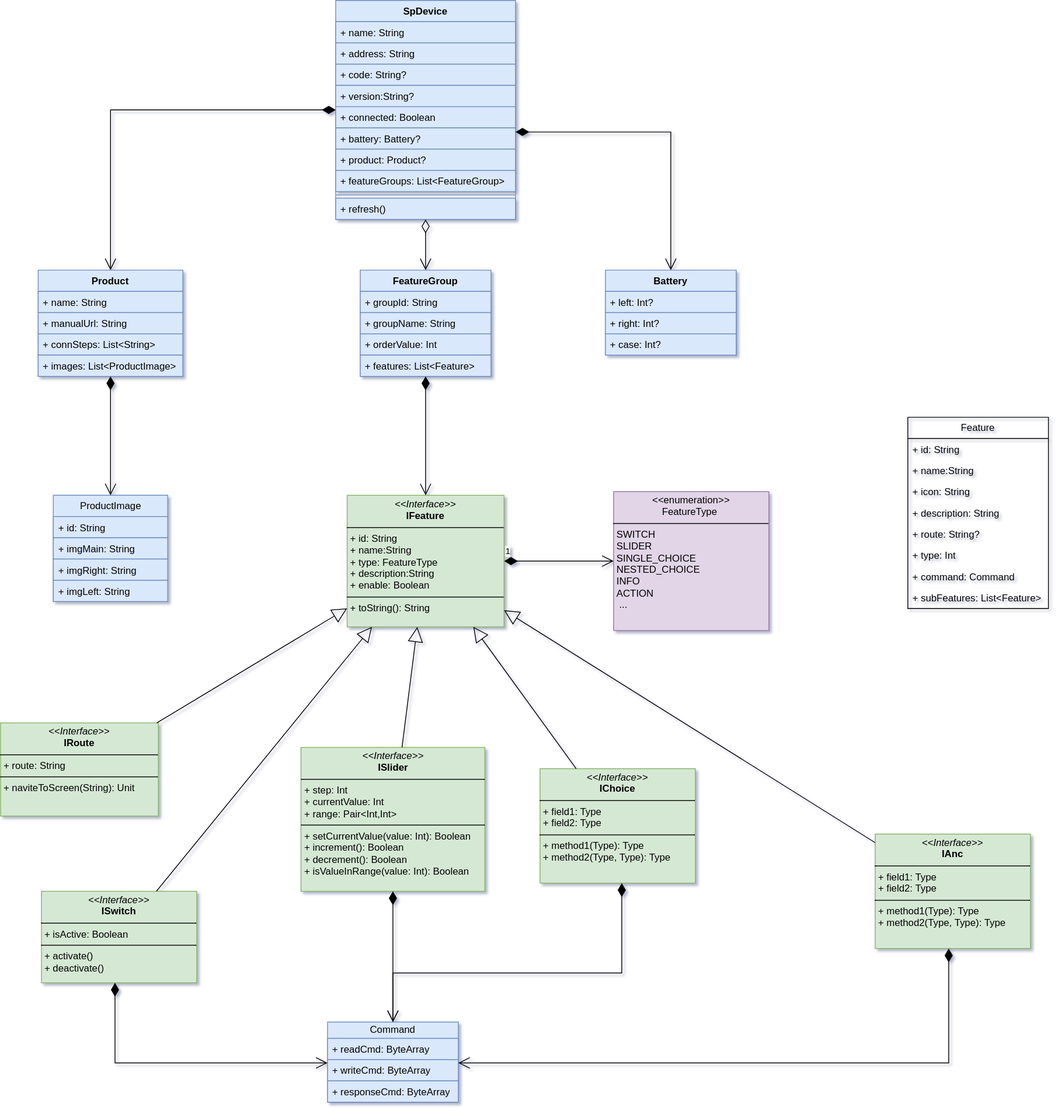
kekemao00/draw-libs keeps this draw.io diagram as sp-device.drawio.svg. Above is the earlier version. Source tidied: cells renumbered, new cells last; positions are measured from the earlier drawing's top-left corner, leaving out a move shared by most shapes.
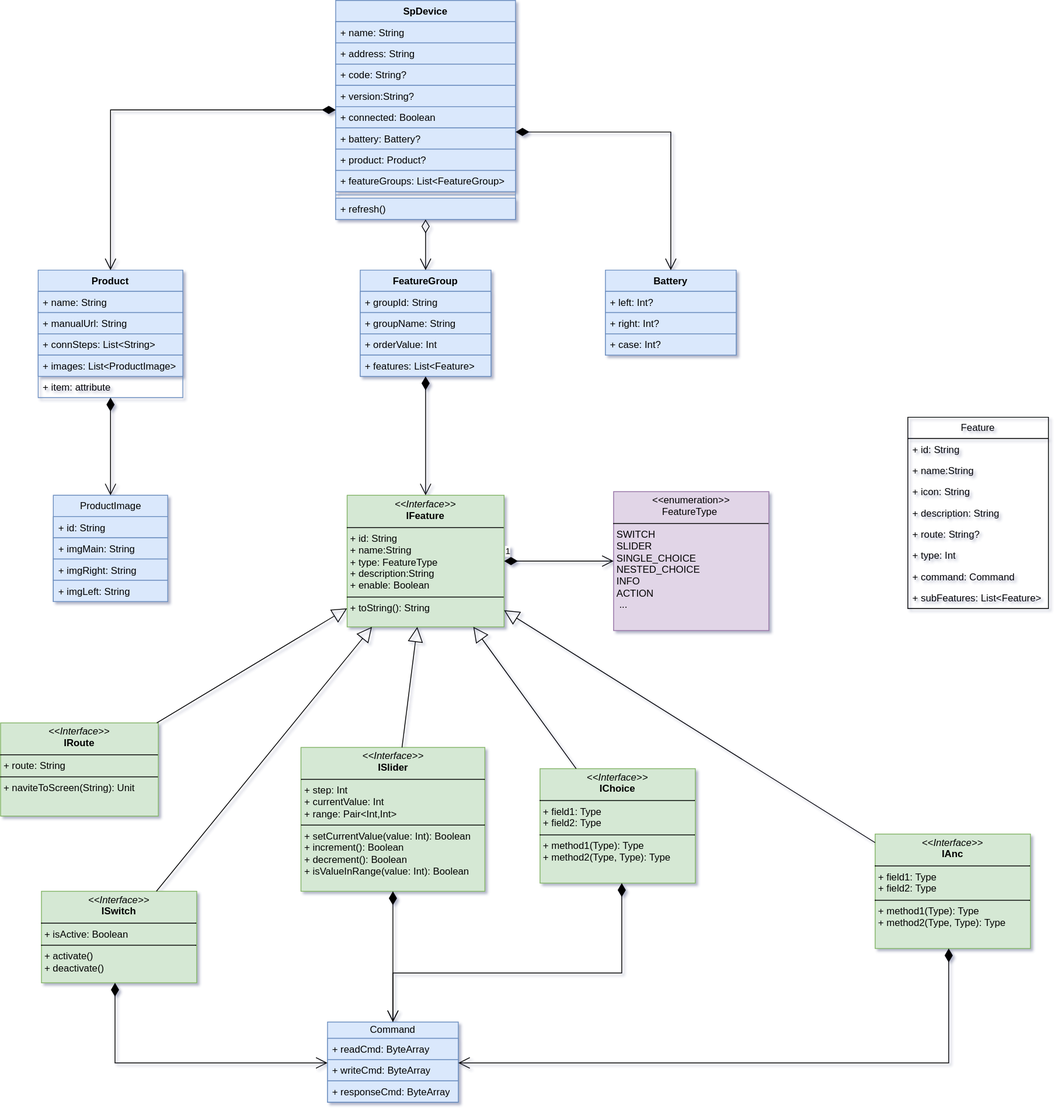
After the change.

Diff of the diagram source:
```diff
@@ -48,7 +48,7 @@
       <mxGeometry y="78" width="160" height="26" as="geometry" />
     </mxCell>
     <mxCell id="17" value="Product" style="swimlane;fontStyle=1;align=center;verticalAlign=top;horizontal=1;startSize=26;whiteSpace=wrap;html=1;labelBackgroundColor=none;rounded=0;fillColor=#dae8fc;strokeColor=#6c8ebf;" parent="1" vertex="1">
-      <mxGeometry x="46" y="330" width="177" height="130" as="geometry" />
+      <mxGeometry x="46" y="330" width="177" height="156" as="geometry" />
     </mxCell>
     <mxCell id="18" value="+ name: String" style="text;strokeColor=#6c8ebf;fillColor=#dae8fc;align=left;verticalAlign=top;spacingLeft=4;spacingRight=4;overflow=hidden;whiteSpace=wrap;html=1;labelBackgroundColor=none;rounded=0;" parent="17" vertex="1">
       <mxGeometry y="26" width="177" height="26" as="geometry" />
@@ -62,6 +62,9 @@
     <mxCell id="21" value="+ images: List&amp;lt;ProductImage&amp;gt;" style="text;strokeColor=#6c8ebf;fillColor=#dae8fc;align=left;verticalAlign=top;spacingLeft=4;spacingRight=4;overflow=hidden;whiteSpace=wrap;html=1;" parent="17" vertex="1">
       <mxGeometry y="104" width="177" height="26" as="geometry" />
     </mxCell>
+    <mxCell id="67" value="+ item: attribute" style="text;strokeColor=none;fillColor=none;align=left;verticalAlign=top;spacingLeft=4;spacingRight=4;overflow=hidden;whiteSpace=wrap;html=1;" parent="17" vertex="1">
+      <mxGeometry y="130" width="177" height="26" as="geometry" />
+    </mxCell>
     <mxCell id="22" value="ProductImage" style="swimlane;fontStyle=0;horizontal=1;startSize=26;fillColor=#dae8fc;whiteSpace=wrap;html=1;strokeColor=#6c8ebf;" parent="1" vertex="1">
       <mxGeometry x="64.5" y="605.5" width="140" height="130" as="geometry" />
     </mxCell>
```
